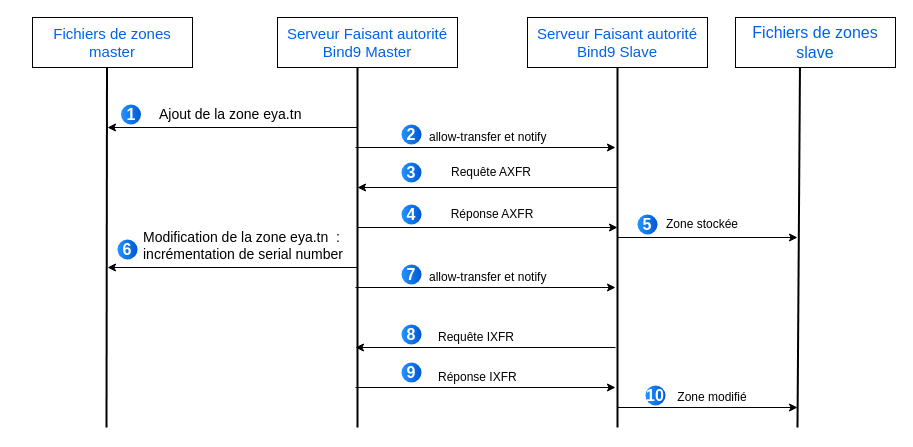
Before: transfertDeZone.drawio in eya-harbaoui/Diagramms, a draw.io diagram. Source tidied: cells renumbered, new cells numbered last; positions are measured from the earlier drawing's top-left corner, leaving out a move shared by most shapes. Both pictures are drawn from the tidied source at 100%, with x=0, y=0 at pixel (32, 17).
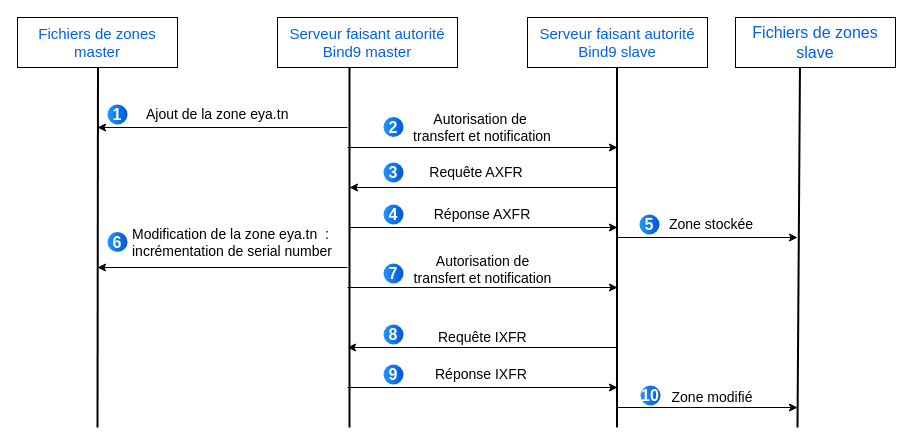
Above is the later version.

Commit message (it also covers changes not shown here):
Mettre à jour transfertDeZone.drawio

Diff of the diagram source:
```diff
@@
     <mxCell id="2" style="endArrow=none;html=1;rounded=0;strokeColor=#000000;strokeWidth=2;" parent="1" edge="1">
       <mxGeometry relative="1" as="geometry">
-        <mxPoint x="325" y="410" as="sourcePoint" />
-        <mxPoint x="325" y="50" as="targetPoint" />
+        <mxPoint x="317" y="410" as="sourcePoint" />
+        <mxPoint x="317" y="50" as="targetPoint" />
       </mxGeometry>
     </mxCell>
     <mxCell id="3" style="endArrow=none;html=1;rounded=0;strokeColor=#000000;strokeWidth=2;" parent="1" edge="1">
       <mxGeometry relative="1" as="geometry">
-        <mxPoint x="585" y="410" as="sourcePoint" />
-        <mxPoint x="585" y="50" as="targetPoint" />
+        <mxPoint x="584.5" y="410" as="sourcePoint" />
+        <mxPoint x="584.5" y="50" as="targetPoint" />
       </mxGeometry>
     </mxCell>
-    <mxCell id="4" value="&lt;font style=&quot;font-size: 15px;&quot; color=&quot;#0061eb&quot;&gt;Serveur Faisant autorité Bind9 Master&lt;/font&gt;" style="rounded=0;whiteSpace=wrap;html=1;" parent="1" vertex="1">
+    <mxCell id="4" value="&lt;font style=&quot;font-size: 15px;&quot; color=&quot;#0061eb&quot;&gt;Serveur faisant autorité Bind9 master&lt;/font&gt;" style="rounded=0;whiteSpace=wrap;html=1;" parent="1" vertex="1">
       <mxGeometry x="245" width="180" height="50" as="geometry" />
     </mxCell>
-    <mxCell id="5" value="&lt;span style=&quot;font-size: 15px;&quot;&gt;&lt;font style=&quot;font-size: 15px;&quot; color=&quot;#0061eb&quot;&gt;Serveur Faisant autorité Bind9&amp;nbsp;&lt;/font&gt;&lt;/span&gt;&lt;span style=&quot;font-size: 15px; color: rgb(0, 97, 235); background-color: initial;&quot;&gt;Slave&lt;/span&gt;" style="rounded=0;whiteSpace=wrap;html=1;" parent="1" vertex="1">
+    <mxCell id="5" value="&lt;span style=&quot;font-size: 15px;&quot;&gt;&lt;font style=&quot;font-size: 15px;&quot; color=&quot;#0061eb&quot;&gt;Serveur faisant autorité Bind9 s&lt;/font&gt;&lt;/span&gt;&lt;span style=&quot;font-size: 15px; color: rgb(0, 97, 235); background-color: initial;&quot;&gt;lave&lt;/span&gt;" style="rounded=0;whiteSpace=wrap;html=1;" parent="1" vertex="1">
       <mxGeometry x="495" width="180" height="50" as="geometry" />
     </mxCell>
     <mxCell id="6" value="&lt;font style=&quot;font-size: 14px;&quot;&gt;Ajout de la zone&amp;nbsp;&lt;span style=&quot;background-color: initial;&quot;&gt;eya.tn&amp;nbsp;&lt;/span&gt;&lt;/font&gt;" style="text;html=1;align=left;verticalAlign=middle;whiteSpace=wrap;rounded=0;" parent="1" vertex="1">
-      <mxGeometry x="125" y="67" width="180" height="60" as="geometry" />
+      <mxGeometry x="111.5" y="67" width="180" height="60" as="geometry" />
     </mxCell>
     <mxCell id="7" style="endArrow=classic;html=1;rounded=0;" parent="1" edge="1">
       <mxGeometry relative="1" as="geometry">
         <mxPoint x="585" y="170" as="sourcePoint" />
-        <mxPoint x="325" y="170" as="targetPoint" />
+        <mxPoint x="317" y="170" as="targetPoint" />
       </mxGeometry>
     </mxCell>
-    <mxCell id="8" value="Requête AXFR" style="text;html=1;align=center;verticalAlign=middle;whiteSpace=wrap;rounded=0;" parent="1" vertex="1">
-      <mxGeometry x="404" y="140" width="110" height="30" as="geometry" />
+    <mxCell id="8" value="&lt;font style=&quot;font-size: 14px;&quot;&gt;Requête AXFR&lt;/font&gt;" style="text;html=1;align=center;verticalAlign=middle;whiteSpace=wrap;rounded=0;" parent="1" vertex="1">
+      <mxGeometry x="389" y="140" width="110" height="30" as="geometry" />
     </mxCell>
     <mxCell id="9" style="endArrow=none;html=1;rounded=0;endFill=0;startArrow=classic;startFill=1;" parent="1" edge="1">
       <mxGeometry relative="1" as="geometry">
         <mxPoint x="585" y="210" as="sourcePoint" />
-        <mxPoint x="325" y="210" as="targetPoint" />
+        <mxPoint x="317" y="210" as="targetPoint" />
       </mxGeometry>
     </mxCell>
-    <mxCell id="10" value="Réponse AXFR" style="text;html=1;align=center;verticalAlign=middle;whiteSpace=wrap;rounded=0;" parent="1" vertex="1">
-      <mxGeometry x="405" y="182" width="110" height="30" as="geometry" />
+    <mxCell id="10" value="&lt;font style=&quot;font-size: 14px;&quot;&gt;Réponse AXFR&lt;/font&gt;" style="text;html=1;align=center;verticalAlign=middle;whiteSpace=wrap;rounded=0;" parent="1" vertex="1">
+      <mxGeometry x="395" y="182" width="110" height="30" as="geometry" />
     </mxCell>
-    <mxCell id="11" value="&lt;font style=&quot;font-size: 14px;&quot;&gt;Modification de la zone&amp;nbsp;&lt;span style=&quot;background-color: initial;&quot;&gt;eya.tn&amp;nbsp; : incrémentation de serial number&lt;/span&gt;&lt;/font&gt;&lt;div style=&quot;font-size: 14px;&quot;&gt;&lt;br&gt;&lt;/div&gt;" style="text;html=1;align=left;verticalAlign=middle;whiteSpace=wrap;rounded=0;" parent="1" vertex="1">
-      <mxGeometry x="108.5" y="197" width="239" height="80" as="geometry" />
+    <mxCell id="11" value="&lt;font style=&quot;font-size: 14px;&quot;&gt;Modification de la zone&amp;nbsp;&lt;span style=&quot;background-color: initial;&quot;&gt;eya.tn&amp;nbsp; : incrémentation de serial number&lt;/span&gt;&lt;/font&gt;" style="text;html=1;align=left;verticalAlign=middle;whiteSpace=wrap;rounded=0;" parent="1" vertex="1">
+      <mxGeometry x="98" y="203" width="239" height="43" as="geometry" />
     </mxCell>
     <mxCell id="12" style="endArrow=none;html=1;rounded=0;strokeColor=#000000;strokeWidth=2;entryX=0.403;entryY=1;entryDx=0;entryDy=0;entryPerimeter=0;" parent="1" edge="1">
       <mxGeometry relative="1" as="geometry">
-        <mxPoint x="74" y="410" as="sourcePoint" />
-        <mxPoint x="74.5" y="50" as="targetPoint" />
+        <mxPoint x="65" y="410" as="sourcePoint" />
+        <mxPoint x="65.5" y="50" as="targetPoint" />
       </mxGeometry>
     </mxCell>
     <mxCell id="13" style="endArrow=classic;html=1;rounded=0;" parent="1" edge="1">
       <mxGeometry relative="1" as="geometry">
-        <mxPoint x="325" y="110" as="sourcePoint" />
-        <mxPoint x="75" y="110" as="targetPoint" />
+        <mxPoint x="315" y="110" as="sourcePoint" />
+        <mxPoint x="65" y="110" as="targetPoint" />
       </mxGeometry>
     </mxCell>
     <mxCell id="14" value="&lt;font style=&quot;font-size: 15px;&quot; color=&quot;#0061eb&quot;&gt;Fichiers de zones master&lt;/font&gt;" style="rounded=0;whiteSpace=wrap;html=1;" parent="1" vertex="1">
-      <mxGeometry width="160" height="50" as="geometry" />
+      <mxGeometry x="-15" width="160" height="50" as="geometry" />
     </mxCell>
@@
     <mxCell id="17" style="endArrow=none;html=1;rounded=0;endFill=0;startArrow=classic;startFill=1;" parent="1" edge="1">
       <mxGeometry relative="1" as="geometry">
-        <mxPoint x="583" y="130" as="sourcePoint" />
-        <mxPoint x="323" y="130" as="targetPoint" />
+        <mxPoint x="585" y="130" as="sourcePoint" />
+        <mxPoint x="315" y="130" as="targetPoint" />
       </mxGeometry>
     </mxCell>
-    <mxCell id="18" value="&lt;span class=&quot;hljs-selector-tag&quot;&gt;allow-transfer&lt;/span&gt;&amp;nbsp;et&amp;nbsp;&lt;span class=&quot;hljs-selector-tag&quot;&gt;notify&lt;/span&gt;" style="text;html=1;align=left;verticalAlign=middle;whiteSpace=wrap;rounded=0;" parent="1" vertex="1">
-      <mxGeometry x="395" y="90" width="130" height="60" as="geometry" />
+    <mxCell id="18" value="&lt;font style=&quot;font-size: 14px;&quot;&gt;&lt;span class=&quot;hljs-selector-tag&quot;&gt;Autorisation de&amp;nbsp;&lt;/span&gt;&lt;/font&gt;&lt;div&gt;&lt;font style=&quot;font-size: 14px;&quot;&gt;&lt;span class=&quot;hljs-selector-tag&quot;&gt;transfert&lt;/span&gt;&amp;nbsp;et&amp;nbsp;&lt;span class=&quot;hljs-selector-tag&quot;&gt;notification&lt;/span&gt;&lt;/font&gt;&lt;/div&gt;" style="text;html=1;align=center;verticalAlign=middle;whiteSpace=wrap;rounded=0;" parent="1" vertex="1">
+      <mxGeometry x="326" y="92" width="248" height="35" as="geometry" />
     </mxCell>
     <mxCell id="19" style="endArrow=classic;html=1;rounded=0;" parent="1" edge="1">
       <mxGeometry relative="1" as="geometry">
-        <mxPoint x="325" y="250" as="sourcePoint" />
-        <mxPoint x="75" y="250" as="targetPoint" />
+        <mxPoint x="315" y="250" as="sourcePoint" />
+        <mxPoint x="65" y="250" as="targetPoint" />
       </mxGeometry>
     </mxCell>
@@
-    <mxCell id="21" value="&lt;span class=&quot;hljs-selector-tag&quot;&gt;Zone&lt;/span&gt;&amp;nbsp;&lt;span class=&quot;hljs-selector-tag&quot;&gt;stock&lt;/span&gt;é&lt;span class=&quot;hljs-selector-tag&quot;&gt;e&lt;/span&gt;" style="text;html=1;align=center;verticalAlign=middle;whiteSpace=wrap;rounded=0;" parent="1" vertex="1">
-      <mxGeometry x="615" y="192" width="110" height="30" as="geometry" />
+    <mxCell id="21" value="&lt;font style=&quot;font-size: 14px;&quot;&gt;&lt;span class=&quot;hljs-selector-tag&quot;&gt;Zone&lt;/span&gt;&amp;nbsp;&lt;span class=&quot;hljs-selector-tag&quot;&gt;stock&lt;/span&gt;é&lt;span class=&quot;hljs-selector-tag&quot;&gt;e&lt;/span&gt;&lt;/font&gt;" style="text;html=1;align=center;verticalAlign=middle;whiteSpace=wrap;rounded=0;" parent="1" vertex="1">
+      <mxGeometry x="624" y="192" width="110" height="30" as="geometry" />
     </mxCell>
     <mxCell id="22" style="endArrow=none;html=1;rounded=0;endFill=0;startArrow=classic;startFill=1;" parent="1" edge="1">
       <mxGeometry relative="1" as="geometry">
-        <mxPoint x="583" y="270" as="sourcePoint" />
-        <mxPoint x="323" y="270" as="targetPoint" />
+        <mxPoint x="585" y="270" as="sourcePoint" />
+        <mxPoint x="315" y="270" as="targetPoint" />
       </mxGeometry>
     </mxCell>
-    <mxCell id="23" value="&lt;span class=&quot;hljs-selector-tag&quot;&gt;allow-transfer&lt;/span&gt;&amp;nbsp;et&amp;nbsp;&lt;span class=&quot;hljs-selector-tag&quot;&gt;notify&lt;/span&gt;" style="text;html=1;align=left;verticalAlign=middle;whiteSpace=wrap;rounded=0;" parent="1" vertex="1">
-      <mxGeometry x="395" y="230" width="120" height="60" as="geometry" />
+    <mxCell id="23" value="&lt;span style=&quot;font-size: 14px;&quot; class=&quot;hljs-selector-tag&quot;&gt;Autorisation de transfert&lt;/span&gt;&lt;span style=&quot;font-size: 14px;&quot;&gt;&amp;nbsp;et&amp;nbsp;&lt;/span&gt;&lt;span style=&quot;font-size: 14px;&quot; class=&quot;hljs-selector-tag&quot;&gt;notification&lt;/span&gt;" style="text;html=1;align=center;verticalAlign=middle;whiteSpace=wrap;rounded=0;" parent="1" vertex="1">
+      <mxGeometry x="354.5" y="222" width="191" height="60" as="geometry" />
     </mxCell>
     <mxCell id="24" style="endArrow=classic;html=1;rounded=0;endFill=1;startArrow=none;startFill=0;" parent="1" edge="1">
       <mxGeometry relative="1" as="geometry">
-        <mxPoint x="583" y="330" as="sourcePoint" />
-        <mxPoint x="323" y="330" as="targetPoint" />
+        <mxPoint x="585" y="330" as="sourcePoint" />
+        <mxPoint x="315" y="330" as="targetPoint" />
       </mxGeometry>
     </mxCell>
-    <mxCell id="25" value="&lt;span style=&quot;text-align: center;&quot;&gt;Requête IXFR&lt;/span&gt;" style="text;html=1;align=left;verticalAlign=middle;whiteSpace=wrap;rounded=0;" parent="1" vertex="1">
+    <mxCell id="25" value="&lt;span style=&quot;text-align: center;&quot;&gt;&lt;font style=&quot;font-size: 14px;&quot;&gt;Requête IXFR&lt;/font&gt;&lt;/span&gt;" style="text;html=1;align=left;verticalAlign=middle;whiteSpace=wrap;rounded=0;" parent="1" vertex="1">
       <mxGeometry x="404" y="290" width="91" height="60" as="geometry" />
     </mxCell>
     <mxCell id="26" style="endArrow=none;html=1;rounded=0;endFill=0;startArrow=classic;startFill=1;" parent="1" edge="1">
       <mxGeometry relative="1" as="geometry">
-        <mxPoint x="583" y="370" as="sourcePoint" />
-        <mxPoint x="323" y="370" as="targetPoint" />
+        <mxPoint x="585" y="370" as="sourcePoint" />
+        <mxPoint x="315" y="370" as="targetPoint" />
       </mxGeometry>
     </mxCell>
-    <mxCell id="27" value="&lt;span style=&quot;text-align: center;&quot;&gt;Réponse IXFR&lt;/span&gt;" style="text;html=1;align=left;verticalAlign=middle;whiteSpace=wrap;rounded=0;" parent="1" vertex="1">
-      <mxGeometry x="404" y="330" width="290" height="60" as="geometry" />
+    <mxCell id="27" value="&lt;span style=&quot;text-align: center;&quot;&gt;&lt;font style=&quot;font-size: 14px;&quot;&gt;Réponse IXFR&lt;/font&gt;&lt;/span&gt;" style="text;html=1;align=left;verticalAlign=middle;whiteSpace=wrap;rounded=0;" parent="1" vertex="1">
+      <mxGeometry x="400.5" y="332" width="99" height="50" as="geometry" />
     </mxCell>
@@
-    <mxCell id="29" value="&lt;span class=&quot;hljs-selector-tag&quot;&gt;Zone&lt;/span&gt;&amp;nbsp;modifié" style="text;html=1;align=center;verticalAlign=middle;whiteSpace=wrap;rounded=0;" parent="1" vertex="1">
+    <mxCell id="29" value="&lt;font style=&quot;font-size: 14px;&quot;&gt;&lt;span class=&quot;hljs-selector-tag&quot;&gt;Zone&lt;/span&gt;&amp;nbsp;modifié&lt;/font&gt;" style="text;html=1;align=center;verticalAlign=middle;whiteSpace=wrap;rounded=0;" parent="1" vertex="1">
       <mxGeometry x="625" y="365" width="110" height="30" as="geometry" />
     </mxCell>
     <mxCell id="30" value="1" style="ellipse;whiteSpace=wrap;html=1;rotation=0;gradientColor=#0057D2;strokeColor=none;gradientDirection=east;fillColor=#2395FF;rounded=0;fontFamily=Helvetica;fontSize=16;fontColor=#FFFFFF;spacingTop=4;spacingBottom=4;spacingLeft=4;spacingRight=4;fontStyle=1;" parent="1" vertex="1">
-      <mxGeometry x="88.5" y="87" width="20" height="20" as="geometry" />
+      <mxGeometry x="75" y="87" width="20" height="20" as="geometry" />
     </mxCell>
     <mxCell id="31" value="2" style="ellipse;whiteSpace=wrap;html=1;rotation=0;gradientColor=#0057D2;strokeColor=none;gradientDirection=east;fillColor=#2395FF;rounded=0;fontFamily=Helvetica;fontSize=16;fontColor=#FFFFFF;spacingTop=4;spacingBottom=4;spacingLeft=4;spacingRight=4;fontStyle=1;" parent="1" vertex="1">
-      <mxGeometry x="369" y="107" width="20" height="20" as="geometry" />
+      <mxGeometry x="351" y="99.5" width="20" height="20" as="geometry" />
     </mxCell>
     <mxCell id="32" value="3" style="ellipse;whiteSpace=wrap;html=1;rotation=0;gradientColor=#0057D2;strokeColor=none;gradientDirection=east;fillColor=#2395FF;rounded=0;fontFamily=Helvetica;fontSize=16;fontColor=#FFFFFF;spacingTop=4;spacingBottom=4;spacingLeft=4;spacingRight=4;fontStyle=1;" parent="1" vertex="1">
-      <mxGeometry x="369" y="145" width="20" height="20" as="geometry" />
+      <mxGeometry x="351" y="145" width="20" height="20" as="geometry" />
     </mxCell>
     <mxCell id="33" value="4" style="ellipse;whiteSpace=wrap;html=1;rotation=0;gradientColor=#0057D2;strokeColor=none;gradientDirection=east;fillColor=#2395FF;rounded=0;fontFamily=Helvetica;fontSize=16;fontColor=#FFFFFF;spacingTop=4;spacingBottom=4;spacingLeft=4;spacingRight=4;fontStyle=1;" parent="1" vertex="1">
-      <mxGeometry x="369" y="187" width="20" height="20" as="geometry" />
+      <mxGeometry x="351" y="187" width="20" height="20" as="geometry" />
     </mxCell>
     <mxCell id="34" value="5" style="ellipse;whiteSpace=wrap;html=1;rotation=0;gradientColor=#0057D2;strokeColor=none;gradientDirection=east;fillColor=#2395FF;rounded=0;fontFamily=Helvetica;fontSize=16;fontColor=#FFFFFF;spacingTop=4;spacingBottom=4;spacingLeft=4;spacingRight=4;fontStyle=1;" parent="1" vertex="1">
-      <mxGeometry x="605" y="197" width="20" height="20" as="geometry" />
+      <mxGeometry x="607" y="197" width="20" height="20" as="geometry" />
     </mxCell>
     <mxCell id="35" value="6" style="ellipse;whiteSpace=wrap;html=1;rotation=0;gradientColor=#0057D2;strokeColor=none;gradientDirection=east;fillColor=#2395FF;rounded=0;fontFamily=Helvetica;fontSize=16;fontColor=#FFFFFF;spacingTop=4;spacingBottom=4;spacingLeft=4;spacingRight=4;fontStyle=1;" parent="1" vertex="1">
-      <mxGeometry x="85" y="222" width="20" height="20" as="geometry" />
+      <mxGeometry x="75" y="214.5" width="20" height="20" as="geometry" />
     </mxCell>
     <mxCell id="36" value="7" style="ellipse;whiteSpace=wrap;html=1;rotation=0;gradientColor=#0057D2;strokeColor=none;gradientDirection=east;fillColor=#2395FF;rounded=0;fontFamily=Helvetica;fontSize=16;fontColor=#FFFFFF;spacingTop=4;spacingBottom=4;spacingLeft=4;spacingRight=4;fontStyle=1;" parent="1" vertex="1">
-      <mxGeometry x="369" y="247" width="20" height="20" as="geometry" />
+      <mxGeometry x="351" y="246" width="20" height="20" as="geometry" />
     </mxCell>
     <mxCell id="37" value="8" style="ellipse;whiteSpace=wrap;html=1;rotation=0;gradientColor=#0057D2;strokeColor=none;gradientDirection=east;fillColor=#2395FF;rounded=0;fontFamily=Helvetica;fontSize=16;fontColor=#FFFFFF;spacingTop=4;spacingBottom=4;spacingLeft=4;spacingRight=4;fontStyle=1;" parent="1" vertex="1">
-      <mxGeometry x="369" y="307" width="20" height="20" as="geometry" />
+      <mxGeometry x="351" y="307" width="20" height="20" as="geometry" />
     </mxCell>
     <mxCell id="38" value="9" style="ellipse;whiteSpace=wrap;html=1;rotation=0;gradientColor=#0057D2;strokeColor=none;gradientDirection=east;fillColor=#2395FF;rounded=0;fontFamily=Helvetica;fontSize=16;fontColor=#FFFFFF;spacingTop=4;spacingBottom=4;spacingLeft=4;spacingRight=4;fontStyle=1;" parent="1" vertex="1">
-      <mxGeometry x="369" y="345" width="20" height="20" as="geometry" />
+      <mxGeometry x="351" y="347" width="20" height="20" as="geometry" />
     </mxCell>
     <mxCell id="39" value="10" style="ellipse;whiteSpace=wrap;html=1;rotation=0;gradientColor=#0057D2;strokeColor=none;gradientDirection=east;fillColor=#2395FF;rounded=0;fontFamily=Helvetica;fontSize=16;fontColor=#FFFFFF;spacingTop=4;spacingBottom=4;spacingLeft=4;spacingRight=4;fontStyle=1;" parent="1" vertex="1">
-      <mxGeometry x="613" y="368" width="20" height="20" as="geometry" />
+      <mxGeometry x="608" y="368" width="20" height="20" as="geometry" />
     </mxCell>
```
